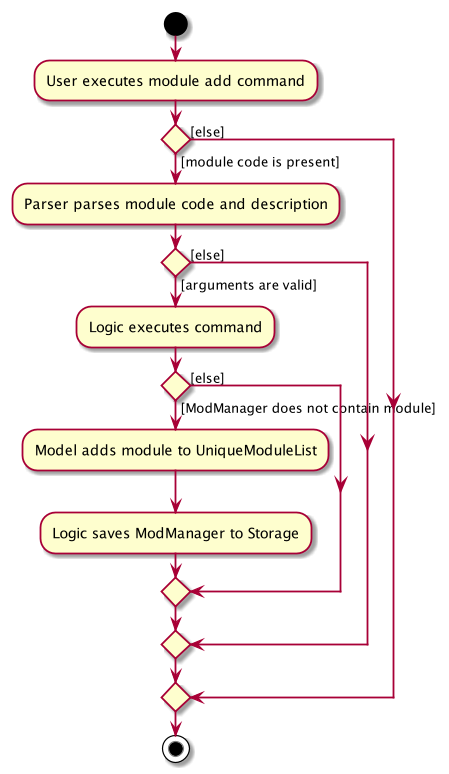
This is docs/images/ModuleAddActivityDiagram.png from zixinn/main, a PlantUML export, as it was before one commit. Its diagram source:
```plantuml
@startuml
start
:User executes module add command;
if () then ([module code is present])
    :Parser parses module code and description;
    if () then ([arguments are valid])
        :Logic executes command;
        if () then ([ModManager does not contain module])
            :Model adds module to UniqueModuleList;
            :Logic saves ModManager to Storage;
        else ([else])
        endif
    else ([else])
    endif
else([else])
endif
stop
@enduml
```
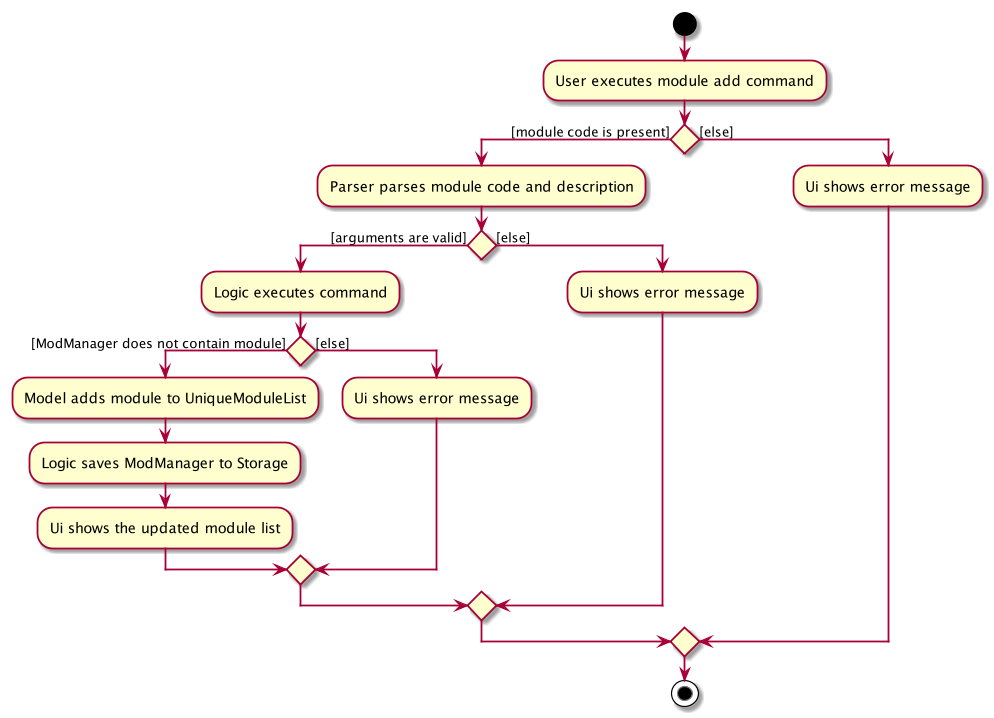
After the change.

What changed in the source:
```diff
@@ -8,11 +8,15 @@
         if () then ([ModManager does not contain module])
             :Model adds module to UniqueModuleList;
             :Logic saves ModManager to Storage;
+            :Ui shows the updated module list;
         else ([else])
+            :Ui shows error message;
         endif
     else ([else])
+        :Ui shows error message;
     endif
 else([else])
+    :Ui shows error message;
 endif
 stop
 @enduml
```
